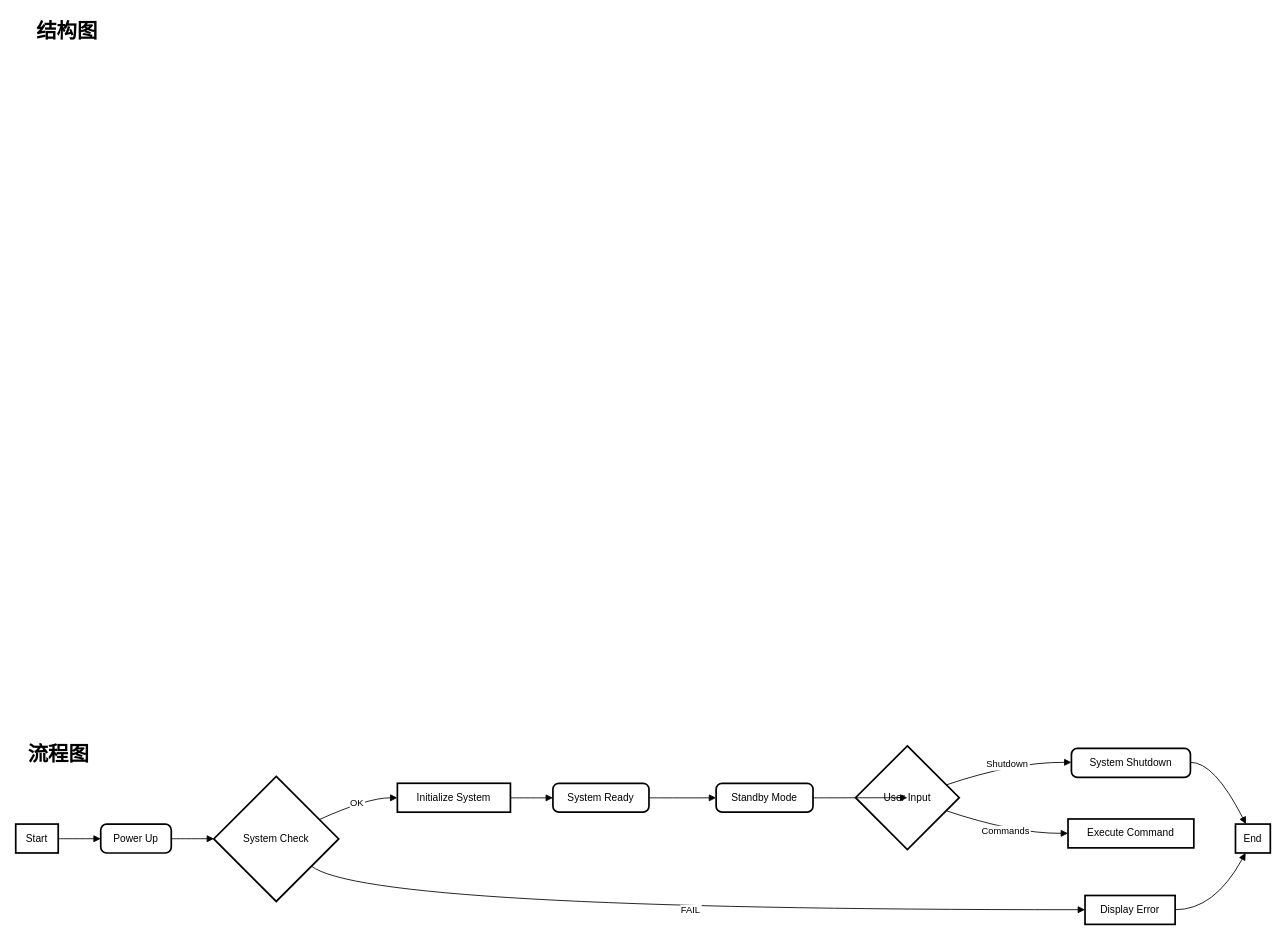
The draw.io diagram Untitled Diagram.drawio in ChinaYC/hakka-Housekeeping-service-platform, before the edit. Source tidied: cells renumbered, new cells numbered last; positions are measured from the earlier drawing's top-left corner, leaving out a move shared by most shapes. Both pictures are drawn from the tidied source at 85%, with x=0, y=0 at pixel (15, 14).
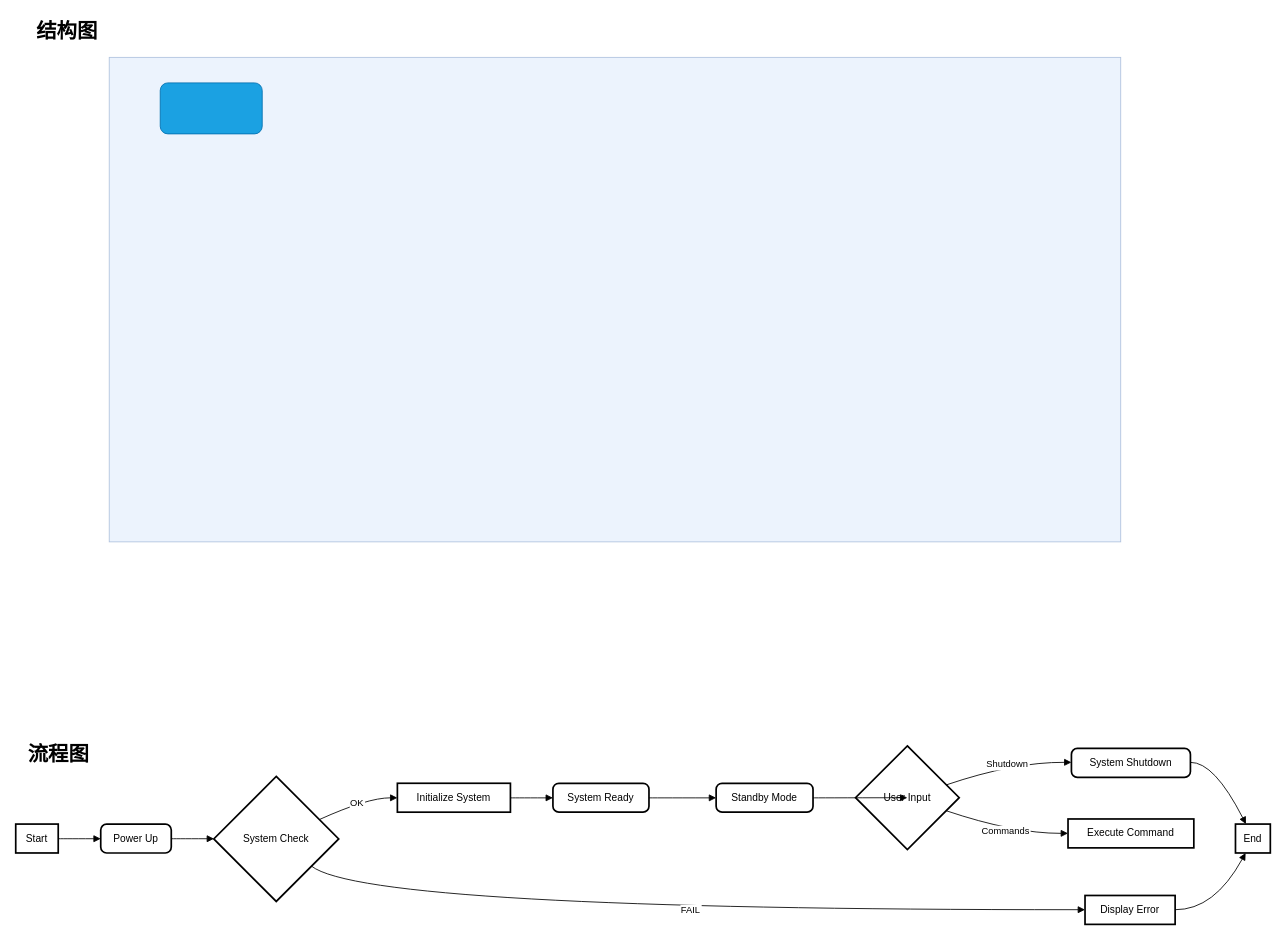
The same diagram, later.

What changed in the source:
```diff
@@
+    <mxCell id="26" style="rounded=0;whiteSpace=wrap;html=1;fillColor=#dae8fc;strokeColor=#6c8ebf;opacity=50;" parent="1" vertex="1">
+      <mxGeometry x="110" y="50" width="1190" height="570" as="geometry" />
+    </mxCell>
+    <mxCell id="27" style="rounded=1;whiteSpace=wrap;html=1;fillColor=#1ba1e2;strokeColor=#006EAF;fontColor=#ffffff;" parent="1" vertex="1">
+      <mxGeometry x="170" y="80" width="120" height="60" as="geometry" />
+    </mxCell>
```
